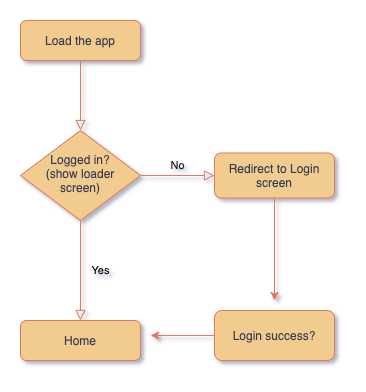
This is workflow.png from rhydvik/react-native-aws-amplify, a draw.io export, as it was before one commit. Source tidied: cells renumbered, new cells last; positions are measured from the earlier drawing's top-left corner, leaving out a move shared by most shapes.
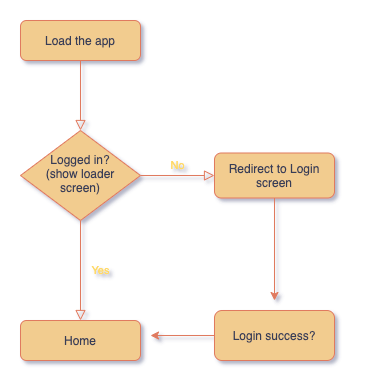
The same file after the commit.

Commit message:
updated workflow asset

The edit, as a diff of the source:
```diff
@@ -8,10 +8,10 @@
     <mxCell id="3" value="Load the app" style="rounded=1;whiteSpace=wrap;html=1;fontSize=12;glass=0;strokeWidth=1;shadow=0;fillColor=#F2CC8F;strokeColor=#E07A5F;fontColor=#393C56;" parent="1" vertex="1">
       <mxGeometry width="120" height="40" as="geometry" />
     </mxCell>
-    <mxCell id="4" value="Yes" style="rounded=0;html=1;jettySize=auto;fontSize=11;endArrow=block;endFill=0;endSize=8;strokeWidth=1;shadow=0;labelBackgroundColor=none;edgeStyle=orthogonalEdgeStyle;entryX=0.5;entryY=0;entryDx=0;entryDy=0;strokeColor=#E07A5F;" parent="1" edge="1" source="6" target="9">
+    <mxCell id="4" value="Yes" style="rounded=0;html=1;jettySize=auto;fontSize=11;endArrow=block;endFill=0;endSize=8;strokeWidth=1;shadow=0;labelBackgroundColor=none;edgeStyle=orthogonalEdgeStyle;entryX=0.5;entryY=0;entryDx=0;entryDy=0;strokeColor=#E07A5F;fontColor=#FFD966;" parent="1" edge="1" source="6" target="9">
       <mxGeometry y="20" relative="1" as="geometry" />
     </mxCell>
-    <mxCell id="5" value="No" style="edgeStyle=orthogonalEdgeStyle;rounded=0;html=1;jettySize=auto;fontSize=11;endArrow=block;endFill=0;endSize=8;strokeWidth=1;shadow=0;labelBackgroundColor=none;strokeColor=#E07A5F;fontColor=#1A1A1A;" parent="1" edge="1" source="6" target="8">
+    <mxCell id="5" value="No" style="edgeStyle=orthogonalEdgeStyle;rounded=0;html=1;jettySize=auto;fontSize=11;endArrow=block;endFill=0;endSize=8;strokeWidth=1;shadow=0;labelBackgroundColor=none;strokeColor=#E07A5F;fontColor=#FFD966;" parent="1" edge="1" source="6" target="8">
       <mxGeometry y="10" relative="1" as="geometry" />
     </mxCell>
     <mxCell id="6" value="Logged in?&lt;br&gt;(show loader screen)&lt;br&gt;" style="rhombus;whiteSpace=wrap;html=1;shadow=0;fontFamily=Helvetica;fontSize=12;align=center;strokeWidth=1;spacing=6;spacingTop=-4;fillColor=#F2CC8F;strokeColor=#E07A5F;fontColor=#393C56;" parent="1" vertex="1">
```
